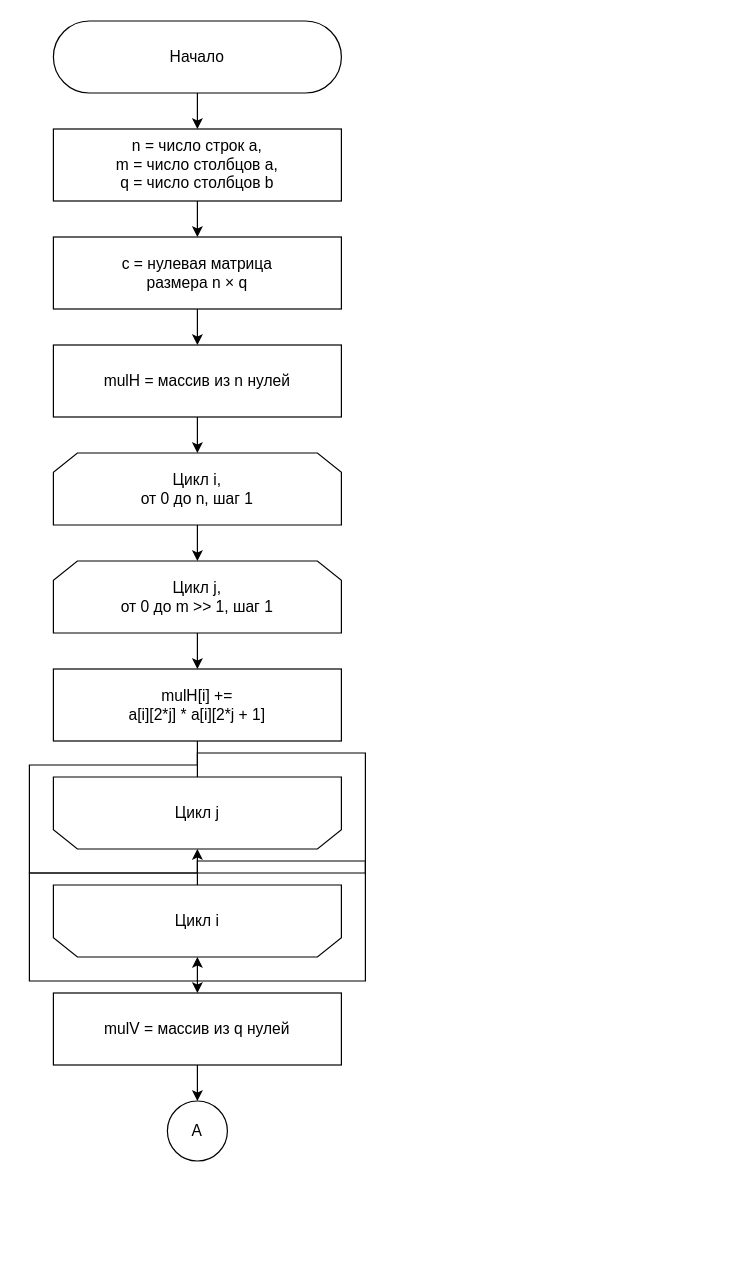
Above: page "winograd-shift-add-1" (8 of 9) of lab-02/report/algo.drawio in swilldi/bmstu-sem5-algorithm-analysis (draw.io), before the change. Source tidied: cells renumbered, new cells numbered last; positions are measured from the earlier drawing's top-left corner, leaving out a move shared by most shapes. Both pictures are drawn from the tidied source at 120%, with x=0, y=0 at pixel (53, 20).
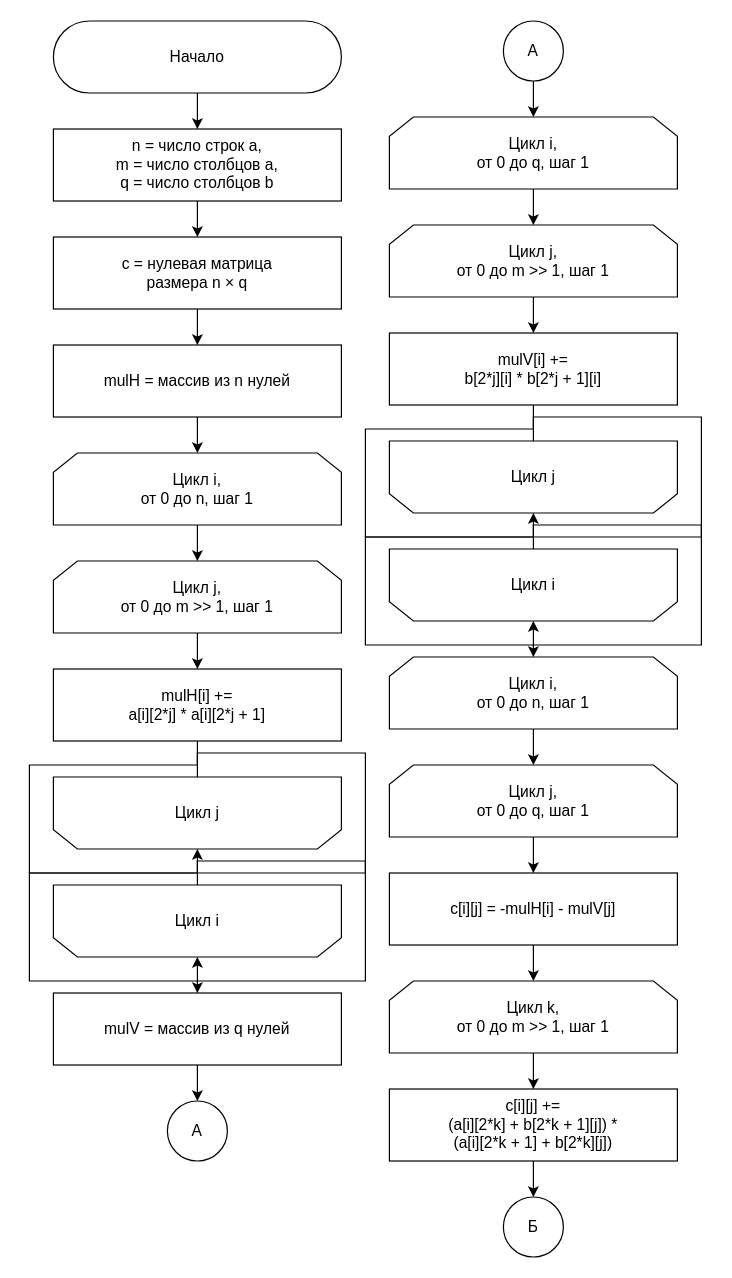
Above is the later version.

Change to the diagram source:
```diff
@@
+    <mxCell id="23" value="А" style="ellipse;whiteSpace=wrap;html=1;fontSize=13;" parent="1" vertex="1">
+      <mxGeometry x="375" width="50" height="50" as="geometry" />
+    </mxCell>
+    <mxCell id="24" value="&lt;div&gt;Цикл i,&lt;/div&gt;&lt;div&gt;от 0 до q, шаг 1&lt;/div&gt;" style="shape=loopLimit;whiteSpace=wrap;html=1;fontSize=13;" parent="1" vertex="1">
+      <mxGeometry x="280" y="80" width="240" height="60" as="geometry" />
+    </mxCell>
+    <mxCell id="25" style="edgeStyle=orthogonalEdgeStyle;rounded=0;jettySize=auto;html=1;fontSize=13;entryX=0.5;entryY=0;entryDx=0;entryDy=0;" parent="1" edge="1" source="23" target="24">
+      <mxGeometry relative="1" as="geometry" />
+    </mxCell>
+    <mxCell id="26" value="&lt;div&gt;Цикл j,&lt;/div&gt;&lt;div&gt;от 0 до m &gt;&gt; 1, шаг 1&lt;/div&gt;" style="shape=loopLimit;whiteSpace=wrap;html=1;fontSize=13;" parent="1" vertex="1">
+      <mxGeometry x="280" y="170" width="240" height="60" as="geometry" />
+    </mxCell>
+    <mxCell id="27" style="edgeStyle=orthogonalEdgeStyle;rounded=0;jettySize=auto;html=1;fontSize=13;entryX=0.5;entryY=0;entryDx=0;entryDy=0;" parent="1" edge="1" source="24" target="26">
+      <mxGeometry relative="1" as="geometry" />
+    </mxCell>
+    <mxCell id="28" value="mulV[i] +=&lt;br&gt;b[2*j][i] * b[2*j + 1][i]" style="whiteSpace=wrap;html=1;fontSize=13;" parent="1" vertex="1">
+      <mxGeometry x="280" y="260" width="240" height="60" as="geometry" />
+    </mxCell>
+    <mxCell id="29" style="edgeStyle=orthogonalEdgeStyle;rounded=0;jettySize=auto;html=1;fontSize=13;entryX=0.5;entryY=0;entryDx=0;entryDy=0;" parent="1" edge="1" source="26" target="28">
+      <mxGeometry relative="1" as="geometry" />
+    </mxCell>
+    <mxCell id="30" value="Цикл j" style="shape=loopLimit;whiteSpace=wrap;html=1;fontSize=13;flipV=1;legacyAnchorPoints=0;" parent="1" vertex="1">
+      <mxGeometry x="280" y="350" width="240" height="60" as="geometry" />
+    </mxCell>
+    <mxCell id="31" style="edgeStyle=orthogonalEdgeStyle;rounded=0;jettySize=auto;html=1;fontSize=13;entryX=0.5;entryY=1;entryDx=0;entryDy=0;" parent="1" edge="1" source="28" target="30">
+      <mxGeometry relative="1" as="geometry" />
+    </mxCell>
+    <mxCell id="32" value="Цикл i" style="shape=loopLimit;whiteSpace=wrap;html=1;fontSize=13;flipV=1;legacyAnchorPoints=0;" parent="1" vertex="1">
+      <mxGeometry x="280" y="440" width="240" height="60" as="geometry" />
+    </mxCell>
+    <mxCell id="33" style="edgeStyle=orthogonalEdgeStyle;rounded=0;jettySize=auto;html=1;fontSize=13;entryX=0.5;entryY=1;entryDx=0;entryDy=0;exitX=0.5;exitY=0;exitDx=0;exitDy=0;" parent="1" edge="1" source="30" target="32">
+      <mxGeometry relative="1" as="geometry" />
+    </mxCell>
+    <mxCell id="34" value="&lt;div&gt;Цикл i,&lt;/div&gt;&lt;div&gt;от 0 до n, шаг 1&lt;/div&gt;" style="shape=loopLimit;whiteSpace=wrap;html=1;fontSize=13;" parent="1" vertex="1">
+      <mxGeometry x="280" y="530" width="240" height="60" as="geometry" />
+    </mxCell>
+    <mxCell id="35" style="edgeStyle=orthogonalEdgeStyle;rounded=0;jettySize=auto;html=1;fontSize=13;entryX=0.5;entryY=0;entryDx=0;entryDy=0;exitX=0.5;exitY=0;exitDx=0;exitDy=0;" parent="1" edge="1" source="32" target="34">
+      <mxGeometry relative="1" as="geometry" />
+    </mxCell>
+    <mxCell id="36" value="&lt;div&gt;Цикл j,&lt;/div&gt;&lt;div&gt;от 0 до q, шаг 1&lt;/div&gt;" style="shape=loopLimit;whiteSpace=wrap;html=1;fontSize=13;" parent="1" vertex="1">
+      <mxGeometry x="280" y="620" width="240" height="60" as="geometry" />
+    </mxCell>
+    <mxCell id="37" style="edgeStyle=orthogonalEdgeStyle;rounded=0;jettySize=auto;html=1;fontSize=13;entryX=0.5;entryY=0;entryDx=0;entryDy=0;" parent="1" edge="1" source="34" target="36">
+      <mxGeometry relative="1" as="geometry" />
+    </mxCell>
+    <mxCell id="38" value="c[i][j] = -mulH[i] - mulV[j]" style="whiteSpace=wrap;html=1;fontSize=13;" parent="1" vertex="1">
+      <mxGeometry x="280" y="710" width="240" height="60" as="geometry" />
+    </mxCell>
+    <mxCell id="39" style="edgeStyle=orthogonalEdgeStyle;rounded=0;jettySize=auto;html=1;fontSize=13;entryX=0.5;entryY=0;entryDx=0;entryDy=0;" parent="1" edge="1" source="36" target="38">
+      <mxGeometry relative="1" as="geometry" />
+    </mxCell>
+    <mxCell id="40" value="&lt;div&gt;Цикл k,&lt;/div&gt;&lt;div&gt;от 0 до m &gt;&gt; 1, шаг 1&lt;/div&gt;" style="shape=loopLimit;whiteSpace=wrap;html=1;fontSize=13;" parent="1" vertex="1">
+      <mxGeometry x="280" y="800" width="240" height="60" as="geometry" />
+    </mxCell>
+    <mxCell id="41" style="edgeStyle=orthogonalEdgeStyle;rounded=0;jettySize=auto;html=1;fontSize=13;entryX=0.5;entryY=0;entryDx=0;entryDy=0;" parent="1" edge="1" source="38" target="40">
+      <mxGeometry relative="1" as="geometry" />
+    </mxCell>
+    <mxCell id="42" value="c[i][j] +=&lt;br&gt;(a[i][2*k] + b[2*k + 1][j]) *&lt;br&gt;(a[i][2*k + 1] + b[2*k][j])" style="whiteSpace=wrap;html=1;fontSize=13;" parent="1" vertex="1">
+      <mxGeometry x="280" y="890" width="240" height="60" as="geometry" />
+    </mxCell>
+    <mxCell id="43" style="edgeStyle=orthogonalEdgeStyle;rounded=0;jettySize=auto;html=1;fontSize=13;entryX=0.5;entryY=0;entryDx=0;entryDy=0;" parent="1" edge="1" source="40" target="42">
+      <mxGeometry relative="1" as="geometry" />
+    </mxCell>
+    <mxCell id="44" value="Б" style="ellipse;whiteSpace=wrap;html=1;fontSize=13;" parent="1" vertex="1">
+      <mxGeometry x="375" y="980" width="50" height="50" as="geometry" />
+    </mxCell>
+    <mxCell id="45" style="edgeStyle=orthogonalEdgeStyle;rounded=0;jettySize=auto;html=1;fontSize=13;entryX=0.5;entryY=0;entryDx=0;entryDy=0;" parent="1" edge="1" source="42" target="44">
+      <mxGeometry relative="1" as="geometry" />
+    </mxCell>
```
